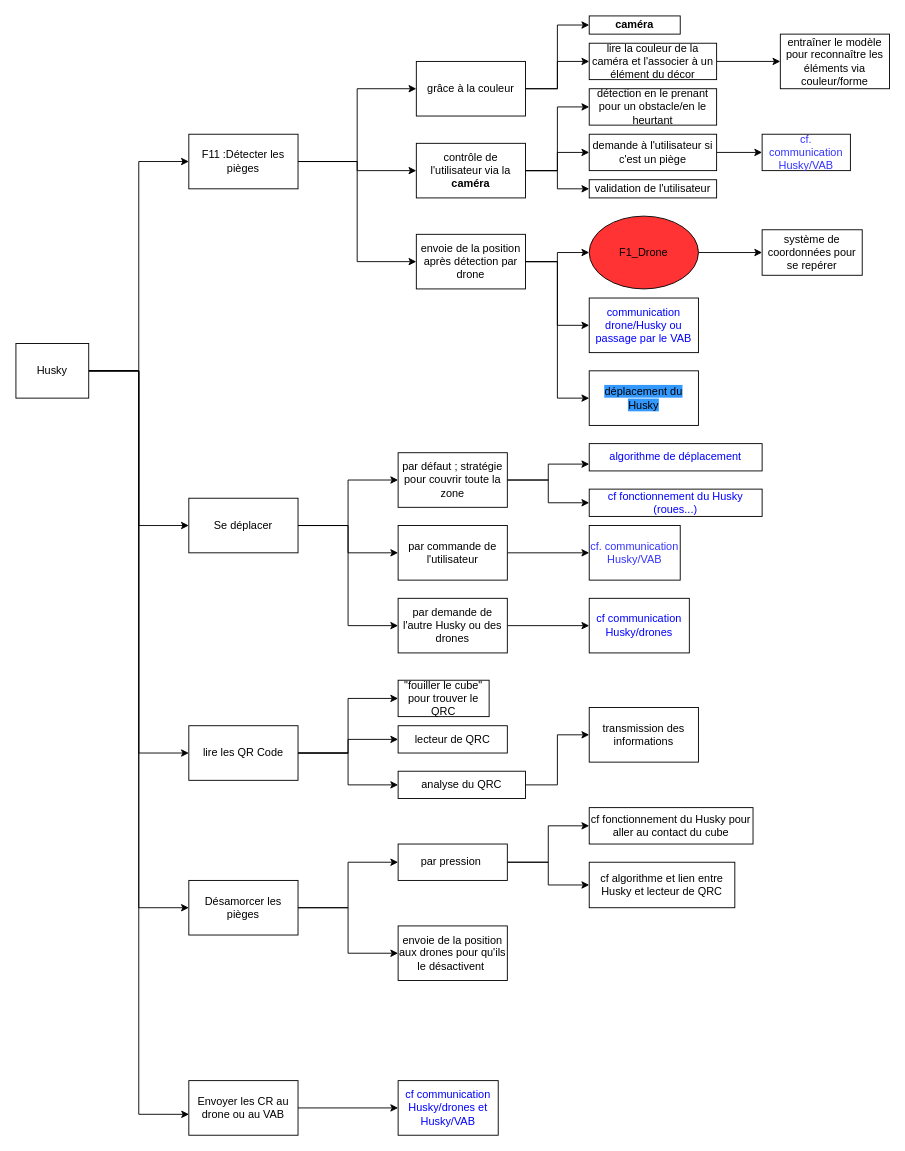
This is page "Page-1" (1 of 2) of Diagrammes/F14.drawio from annieliu52/CoHoMa, a draw.io file, before an edit. Source tidied: cells renumbered, new cells numbered last; positions are measured from the earlier drawing's top-left corner, leaving out a move shared by most shapes. Both pictures are drawn from the tidied source at 91%, with x=0, y=0 at pixel (15, 15).
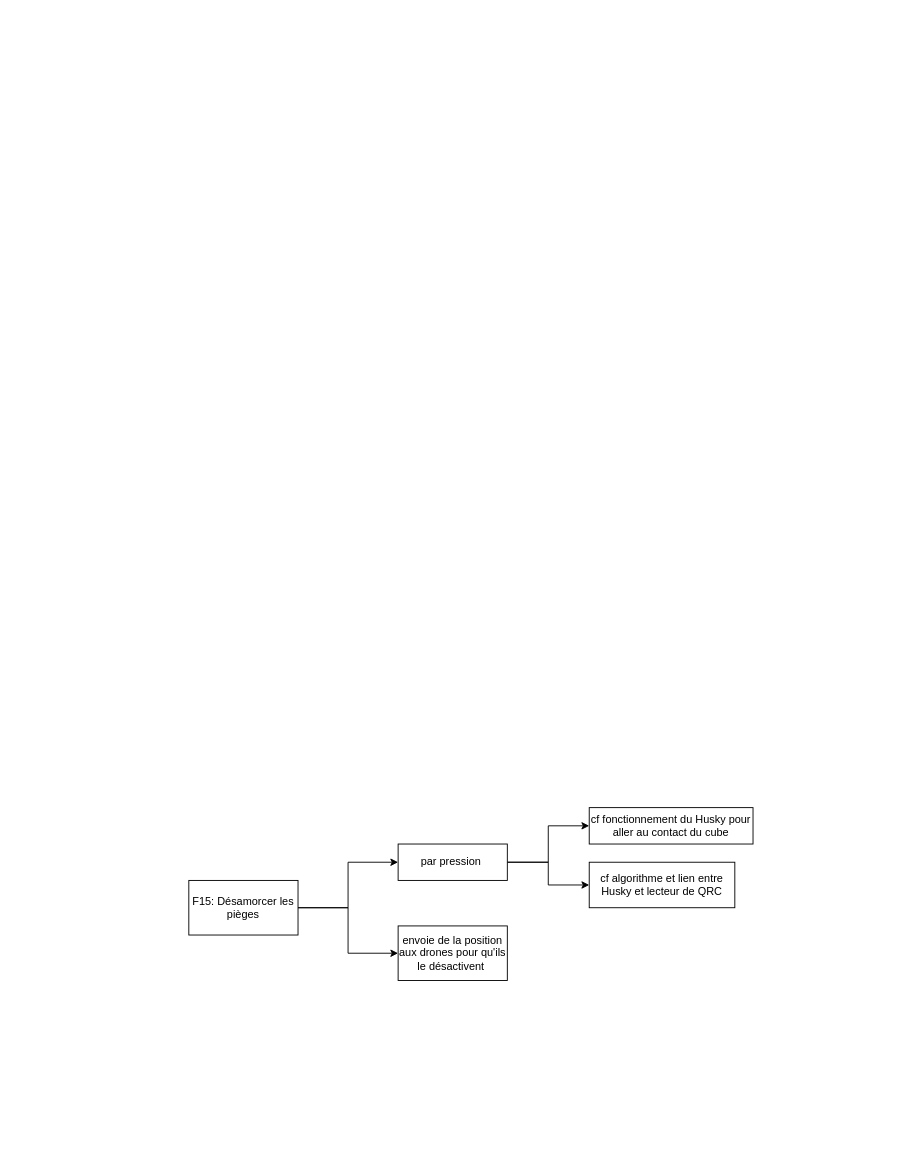
After the change.

The edit, as a diff of the source:
```diff
@@
-    <mxCell id="2" style="edgeStyle=orthogonalEdgeStyle;rounded=0;jettySize=auto;html=1;exitX=1;exitY=0.5;exitDx=0;exitDy=0;entryX=0;entryY=0.5;entryDx=0;entryDy=0;" parent="1" edge="1" source="5" target="23">
-      <mxGeometry relative="1" as="geometry" />
-    </mxCell>
-    <mxCell id="3" style="edgeStyle=orthogonalEdgeStyle;rounded=0;jettySize=auto;html=1;exitX=1;exitY=0.5;exitDx=0;exitDy=0;entryX=0;entryY=0.5;entryDx=0;entryDy=0;" parent="1" edge="1" source="5" target="28">
-      <mxGeometry relative="1" as="geometry" />
-    </mxCell>
-    <mxCell id="4" style="edgeStyle=orthogonalEdgeStyle;rounded=0;jettySize=auto;html=1;exitX=1;exitY=0.5;exitDx=0;exitDy=0;entryX=0;entryY=0.5;entryDx=0;entryDy=0;" parent="1" edge="1" source="5" target="32">
-      <mxGeometry relative="1" as="geometry" />
-    </mxCell>
-    <mxCell id="5" value="F11 :Détecter les pièges" style="rounded=0;whiteSpace=wrap;html=1;" parent="1" vertex="1">
-      <mxGeometry x="190" y="130" width="120" height="60" as="geometry" />
-    </mxCell>
-    <mxCell id="6" style="edgeStyle=orthogonalEdgeStyle;rounded=0;jettySize=auto;html=1;exitX=1;exitY=0.5;exitDx=0;exitDy=0;entryX=0;entryY=0.5;entryDx=0;entryDy=0;fontColor=#000000;" parent="1" edge="1" source="9" target="48">
-      <mxGeometry relative="1" as="geometry" />
-    </mxCell>
-    <mxCell id="7" style="edgeStyle=orthogonalEdgeStyle;rounded=0;jettySize=auto;html=1;exitX=1;exitY=0.5;exitDx=0;exitDy=0;entryX=0;entryY=0.5;entryDx=0;entryDy=0;fontColor=#000000;" parent="1" edge="1" source="9" target="50">
-      <mxGeometry relative="1" as="geometry" />
-    </mxCell>
-    <mxCell id="8" style="edgeStyle=orthogonalEdgeStyle;rounded=0;jettySize=auto;html=1;exitX=1;exitY=0.5;exitDx=0;exitDy=0;entryX=0;entryY=0.5;entryDx=0;entryDy=0;fontColor=#000000;" parent="1" edge="1" source="9" target="52">
-      <mxGeometry relative="1" as="geometry" />
-    </mxCell>
-    <mxCell id="9" value="Se déplacer" style="rounded=0;whiteSpace=wrap;html=1;" parent="1" vertex="1">
-      <mxGeometry x="190" y="530" width="120" height="60" as="geometry" />
-    </mxCell>
@@
-    <mxCell id="12" value="Désamorcer les pièges" style="rounded=0;whiteSpace=wrap;html=1;" parent="1" vertex="1">
+    <mxCell id="12" value="F15: Désamorcer les pièges" style="rounded=0;whiteSpace=wrap;html=1;" parent="1" vertex="1">
       <mxGeometry x="190" y="950" width="120" height="60" as="geometry" />
     </mxCell>
-    <mxCell id="13" style="edgeStyle=orthogonalEdgeStyle;rounded=0;jettySize=auto;html=1;exitX=1;exitY=0.5;exitDx=0;exitDy=0;entryX=0;entryY=0.5;entryDx=0;entryDy=0;fontColor=#000000;" parent="1" edge="1" source="14" target="72">
-      <mxGeometry relative="1" as="geometry" />
-    </mxCell>
-    <mxCell id="14" value="Envoyer les CR au drone ou au VAB" style="rounded=0;whiteSpace=wrap;html=1;" parent="1" vertex="1">
-      <mxGeometry x="190" y="1170" width="120" height="60" as="geometry" />
-    </mxCell>
-    <mxCell id="15" style="edgeStyle=orthogonalEdgeStyle;rounded=0;jettySize=auto;html=1;entryX=0;entryY=0.5;entryDx=0;entryDy=0;" parent="1" edge="1" source="20" target="5">
-      <mxGeometry relative="1" as="geometry" />
-    </mxCell>
-    <mxCell id="16" style="edgeStyle=orthogonalEdgeStyle;rounded=0;jettySize=auto;html=1;exitX=1;exitY=0.5;exitDx=0;exitDy=0;entryX=0;entryY=0.5;entryDx=0;entryDy=0;" parent="1" edge="1" source="20" target="9">
-      <mxGeometry relative="1" as="geometry" />
-    </mxCell>
-    <mxCell id="17" style="edgeStyle=orthogonalEdgeStyle;rounded=0;jettySize=auto;html=1;exitX=1;exitY=0.5;exitDx=0;exitDy=0;entryX=0;entryY=0.5;entryDx=0;entryDy=0;" parent="1" edge="1" source="20" target="12">
-      <mxGeometry relative="1" as="geometry" />
-    </mxCell>
-    <mxCell id="18" style="edgeStyle=orthogonalEdgeStyle;rounded=0;jettySize=auto;html=1;entryX=0.002;entryY=0.617;entryDx=0;entryDy=0;entryPerimeter=0;" parent="1" edge="1" source="20" target="14">
-      <mxGeometry relative="1" as="geometry" />
-    </mxCell>
-    <mxCell id="19" style="edgeStyle=orthogonalEdgeStyle;rounded=0;jettySize=auto;html=1;exitX=1;exitY=0.5;exitDx=0;exitDy=0;entryX=0;entryY=0.5;entryDx=0;entryDy=0;fontColor=#000000;" parent="1" edge="1" source="20" target="60">
-      <mxGeometry relative="1" as="geometry" />
-    </mxCell>
-    <mxCell id="20" value="Husky" style="rounded=0;whiteSpace=wrap;html=1;" parent="1" vertex="1">
-      <mxGeometry y="360" width="80" height="60" as="geometry" />
-    </mxCell>
-    <mxCell id="21" style="edgeStyle=orthogonalEdgeStyle;rounded=0;jettySize=auto;html=1;exitX=1;exitY=0.5;exitDx=0;exitDy=0;entryX=0;entryY=0.5;entryDx=0;entryDy=0;fontColor=#000000;" parent="1" edge="1" source="23" target="39">
-      <mxGeometry relative="1" as="geometry" />
-    </mxCell>
-    <mxCell id="22" style="edgeStyle=orthogonalEdgeStyle;rounded=0;jettySize=auto;html=1;exitX=1;exitY=0.5;exitDx=0;exitDy=0;entryX=0;entryY=0.5;entryDx=0;entryDy=0;fontColor=#000000;" parent="1" edge="1" source="23" target="41">
-      <mxGeometry relative="1" as="geometry" />
-    </mxCell>
-    <mxCell id="23" value="grâce à la couleur" style="rounded=0;whiteSpace=wrap;html=1;" parent="1" vertex="1">
-      <mxGeometry x="440" y="50" width="120" height="60" as="geometry" />
-    </mxCell>
-    <mxCell id="24" value="détection en le prenant pour un obstacle/en le heurtant" style="rounded=0;whiteSpace=wrap;html=1;" parent="1" vertex="1">
-      <mxGeometry x="630" y="80" width="140" height="40" as="geometry" />
-    </mxCell>
-    <mxCell id="25" style="edgeStyle=orthogonalEdgeStyle;rounded=0;jettySize=auto;html=1;exitX=1;exitY=0.5;exitDx=0;exitDy=0;entryX=0;entryY=0.5;entryDx=0;entryDy=0;" parent="1" edge="1" source="28" target="24">
-      <mxGeometry relative="1" as="geometry" />
-    </mxCell>
-    <mxCell id="26" style="edgeStyle=orthogonalEdgeStyle;rounded=0;jettySize=auto;html=1;exitX=1;exitY=0.5;exitDx=0;exitDy=0;entryX=0;entryY=0.5;entryDx=0;entryDy=0;fontColor=#000000;" parent="1" edge="1" source="28" target="36">
-      <mxGeometry relative="1" as="geometry" />
-    </mxCell>
-    <mxCell id="27" style="edgeStyle=orthogonalEdgeStyle;rounded=0;jettySize=auto;html=1;exitX=1;exitY=0.5;exitDx=0;exitDy=0;entryX=0;entryY=0.5;entryDx=0;entryDy=0;fontColor=#000000;" parent="1" edge="1" source="28" target="37">
-      <mxGeometry relative="1" as="geometry" />
-    </mxCell>
-    <mxCell id="28" value="contrôle de l'utilisateur via la &lt;b&gt;caméra&lt;/b&gt;" style="rounded=0;whiteSpace=wrap;html=1;" parent="1" vertex="1">
-      <mxGeometry x="440" y="140" width="120" height="60" as="geometry" />
-    </mxCell>
-    <mxCell id="29" style="edgeStyle=orthogonalEdgeStyle;rounded=0;jettySize=auto;html=1;exitX=1;exitY=0.5;exitDx=0;exitDy=0;entryX=0;entryY=0.5;entryDx=0;entryDy=0;fontColor=#FF3333;" parent="1" edge="1" source="32" target="34">
-      <mxGeometry relative="1" as="geometry" />
-    </mxCell>
-    <mxCell id="30" style="edgeStyle=orthogonalEdgeStyle;rounded=0;jettySize=auto;html=1;exitX=1;exitY=0.5;exitDx=0;exitDy=0;entryX=0;entryY=0.5;entryDx=0;entryDy=0;fontColor=#0000FF;" parent="1" edge="1" source="32" target="43">
-      <mxGeometry relative="1" as="geometry" />
-    </mxCell>
-    <mxCell id="31" style="edgeStyle=orthogonalEdgeStyle;rounded=0;jettySize=auto;html=1;exitX=1;exitY=0.5;exitDx=0;exitDy=0;entryX=0;entryY=0.5;entryDx=0;entryDy=0;fontColor=#000000;" parent="1" edge="1" source="32" target="44">
-      <mxGeometry relative="1" as="geometry" />
-    </mxCell>
-    <mxCell id="32" value="envoie de la position après détection par drone" style="rounded=0;whiteSpace=wrap;html=1;" parent="1" vertex="1">
-      <mxGeometry x="440" y="240" width="120" height="60" as="geometry" />
-    </mxCell>
-    <mxCell id="33" style="edgeStyle=orthogonalEdgeStyle;rounded=0;jettySize=auto;html=1;exitX=1;exitY=0.5;exitDx=0;exitDy=0;entryX=0;entryY=0.5;entryDx=0;entryDy=0;fontColor=#000000;" parent="1" edge="1" source="34" target="45">
-      <mxGeometry relative="1" as="geometry" />
-    </mxCell>
-    <mxCell id="34" value="F1_Drone" style="ellipse;whiteSpace=wrap;html=1;fillColor=#FF3333;" parent="1" vertex="1">
-      <mxGeometry x="630" y="220" width="120" height="80" as="geometry" />
-    </mxCell>
-    <mxCell id="35" style="edgeStyle=orthogonalEdgeStyle;rounded=0;jettySize=auto;html=1;exitX=1;exitY=0.5;exitDx=0;exitDy=0;entryX=0;entryY=0.5;entryDx=0;entryDy=0;fontColor=#3333FF;" parent="1" edge="1" source="36" target="38">
-      <mxGeometry relative="1" as="geometry" />
-    </mxCell>
-    <mxCell id="36" value="&lt;font color=&quot;#000000&quot;&gt;demande à l'utilisateur si c'est un piège&lt;/font&gt;" style="rounded=0;whiteSpace=wrap;html=1;fontColor=#FF3333;fillColor=#FFFFFF;" parent="1" vertex="1">
-      <mxGeometry x="630" y="130" width="140" height="40" as="geometry" />
-    </mxCell>
-    <mxCell id="37" value="validation de l'utilisateur" style="rounded=0;whiteSpace=wrap;html=1;labelBackgroundColor=none;fontColor=#000000;fillColor=#FFFFFF;" parent="1" vertex="1">
-      <mxGeometry x="630" y="180" width="140" height="20" as="geometry" />
-    </mxCell>
-    <mxCell id="38" value="&lt;font color=&quot;#3333ff&quot;&gt;cf. communication Husky/VAB&lt;/font&gt;" style="rounded=0;whiteSpace=wrap;html=1;labelBackgroundColor=none;fontColor=#000000;fillColor=#FFFFFF;" parent="1" vertex="1">
-      <mxGeometry x="820" y="130" width="97" height="40" as="geometry" />
-    </mxCell>
-    <mxCell id="39" value="&lt;font color=&quot;#000000&quot;&gt;&lt;b&gt;caméra&lt;/b&gt;&lt;/font&gt;" style="rounded=0;whiteSpace=wrap;html=1;labelBackgroundColor=none;fontColor=#3333FF;fillColor=#FFFFFF;" parent="1" vertex="1">
-      <mxGeometry x="630" width="100" height="20" as="geometry" />
-    </mxCell>
-    <mxCell id="40" style="edgeStyle=orthogonalEdgeStyle;rounded=0;jettySize=auto;html=1;exitX=1;exitY=0.5;exitDx=0;exitDy=0;entryX=0;entryY=0.5;entryDx=0;entryDy=0;fontColor=#000000;" parent="1" edge="1" source="41" target="42">
-      <mxGeometry relative="1" as="geometry" />
-    </mxCell>
-    <mxCell id="41" value="lire la couleur de la caméra et l'associer à un élément du décor" style="rounded=0;whiteSpace=wrap;html=1;labelBackgroundColor=none;fontColor=#000000;fillColor=#FFFFFF;" parent="1" vertex="1">
-      <mxGeometry x="630" y="30" width="140" height="40" as="geometry" />
-    </mxCell>
-    <mxCell id="42" value="entraîner le modèle pour reconnaître les éléments via couleur/forme" style="rounded=0;whiteSpace=wrap;html=1;labelBackgroundColor=none;fontColor=#000000;fillColor=#FFFFFF;" parent="1" vertex="1">
-      <mxGeometry x="840" y="20" width="120" height="60" as="geometry" />
-    </mxCell>
-    <mxCell id="43" value="&lt;font color=&quot;#0000ff&quot;&gt;communication drone/Husky ou passage par le VAB&lt;/font&gt;" style="rounded=0;whiteSpace=wrap;html=1;labelBackgroundColor=none;fontColor=#000000;fillColor=#FFFFFF;" parent="1" vertex="1">
-      <mxGeometry x="630" y="310" width="120" height="60" as="geometry" />
-    </mxCell>
-    <mxCell id="44" value="&lt;font color=&quot;#000000&quot; style=&quot;background-color: rgb(51 , 153 , 255)&quot;&gt;déplacement du Husky&lt;/font&gt;" style="rounded=0;whiteSpace=wrap;html=1;labelBackgroundColor=none;fontColor=#0000FF;fillColor=#FFFFFF;" parent="1" vertex="1">
-      <mxGeometry x="630" y="390" width="120" height="60" as="geometry" />
-    </mxCell>
-    <mxCell id="45" value="système de coordonnées pour se repérer" style="rounded=0;whiteSpace=wrap;html=1;labelBackgroundColor=none;" parent="1" vertex="1">
-      <mxGeometry x="820" y="235" width="110" height="50" as="geometry" />
-    </mxCell>
-    <mxCell id="46" style="edgeStyle=orthogonalEdgeStyle;rounded=0;jettySize=auto;html=1;exitX=1;exitY=0.5;exitDx=0;exitDy=0;entryX=0;entryY=0.75;entryDx=0;entryDy=0;fontColor=#0000FF;" parent="1" edge="1" source="48" target="55">
-      <mxGeometry relative="1" as="geometry" />
-    </mxCell>
-    <mxCell id="47" style="edgeStyle=orthogonalEdgeStyle;rounded=0;jettySize=auto;html=1;exitX=1;exitY=0.5;exitDx=0;exitDy=0;entryX=0;entryY=0.5;entryDx=0;entryDy=0;fontColor=#0000FF;" parent="1" edge="1" source="48" target="56">
-      <mxGeometry relative="1" as="geometry" />
-    </mxCell>
-    <mxCell id="48" value="par défaut ; stratégie pour couvrir toute la zone" style="rounded=0;whiteSpace=wrap;html=1;labelBackgroundColor=none;fontColor=#000000;strokeColor=#000000;fillColor=default;" parent="1" vertex="1">
-      <mxGeometry x="420" y="480" width="120" height="60" as="geometry" />
-    </mxCell>
-    <mxCell id="49" style="edgeStyle=orthogonalEdgeStyle;rounded=0;jettySize=auto;html=1;exitX=1;exitY=0.5;exitDx=0;exitDy=0;entryX=0;entryY=0.5;entryDx=0;entryDy=0;fontColor=#000000;" parent="1" edge="1" source="50" target="54">
-      <mxGeometry relative="1" as="geometry" />
-    </mxCell>
-    <mxCell id="50" value="par commande de l'utilisateur" style="rounded=0;whiteSpace=wrap;html=1;labelBackgroundColor=none;fontColor=#000000;strokeColor=#000000;fillColor=default;" parent="1" vertex="1">
-      <mxGeometry x="420" y="560" width="120" height="60" as="geometry" />
-    </mxCell>
-    <mxCell id="51" style="edgeStyle=orthogonalEdgeStyle;rounded=0;jettySize=auto;html=1;exitX=1;exitY=0.5;exitDx=0;exitDy=0;entryX=0;entryY=0.5;entryDx=0;entryDy=0;fontColor=#000000;" parent="1" edge="1" source="52" target="53">
-      <mxGeometry relative="1" as="geometry" />
-    </mxCell>
-    <mxCell id="52" value="par demande de l'autre Husky ou des drones" style="rounded=0;whiteSpace=wrap;html=1;labelBackgroundColor=none;fontColor=#000000;strokeColor=#000000;fillColor=default;" parent="1" vertex="1">
-      <mxGeometry x="420" y="640" width="120" height="60" as="geometry" />
-    </mxCell>
-    <mxCell id="53" value="&lt;font color=&quot;#0000ff&quot;&gt;cf communication Husky/drones&lt;/font&gt;" style="rounded=0;whiteSpace=wrap;html=1;labelBackgroundColor=none;fontColor=#000000;strokeColor=#000000;fillColor=default;" parent="1" vertex="1">
-      <mxGeometry x="630" y="640" width="110" height="60" as="geometry" />
-    </mxCell>
-    <mxCell id="54" value="&lt;font color=&quot;#3333ff&quot;&gt;cf. communication Husky/VAB&lt;/font&gt;" style="rounded=0;whiteSpace=wrap;html=1;labelBackgroundColor=none;fontColor=#000000;fillColor=#FFFFFF;" parent="1" vertex="1">
-      <mxGeometry x="630" y="560" width="100" height="60" as="geometry" />
-    </mxCell>
-    <mxCell id="55" value="algorithme de déplacement" style="rounded=0;whiteSpace=wrap;html=1;labelBackgroundColor=none;fontColor=#0000FF;strokeColor=#000000;fillColor=default;" parent="1" vertex="1">
-      <mxGeometry x="630" y="470" width="190" height="30" as="geometry" />
-    </mxCell>
-    <mxCell id="56" value="cf fonctionnement du Husky (roues...)" style="rounded=0;whiteSpace=wrap;html=1;labelBackgroundColor=none;fontColor=#0000FF;strokeColor=#000000;fillColor=default;" parent="1" vertex="1">
-      <mxGeometry x="630" y="520" width="190" height="30" as="geometry" />
-    </mxCell>
-    <mxCell id="57" style="edgeStyle=orthogonalEdgeStyle;rounded=0;jettySize=auto;html=1;exitX=1;exitY=0.5;exitDx=0;exitDy=0;entryX=0;entryY=0.5;entryDx=0;entryDy=0;fontColor=#000000;" parent="1" edge="1" source="60" target="61">
-      <mxGeometry relative="1" as="geometry" />
-    </mxCell>
-    <mxCell id="58" style="edgeStyle=orthogonalEdgeStyle;rounded=0;jettySize=auto;html=1;exitX=1;exitY=0.5;exitDx=0;exitDy=0;entryX=0;entryY=0.5;entryDx=0;entryDy=0;fontColor=#000000;" parent="1" edge="1" source="60" target="62">
-      <mxGeometry relative="1" as="geometry" />
-    </mxCell>
-    <mxCell id="59" style="edgeStyle=orthogonalEdgeStyle;rounded=0;jettySize=auto;html=1;exitX=1;exitY=0.5;exitDx=0;exitDy=0;entryX=0;entryY=0.5;entryDx=0;entryDy=0;fontColor=#000000;" parent="1" edge="1" source="60" target="70">
-      <mxGeometry relative="1" as="geometry" />
-    </mxCell>
-    <mxCell id="60" value="&lt;font color=&quot;#000000&quot;&gt;lire les QR Code&lt;/font&gt;" style="rounded=0;whiteSpace=wrap;html=1;labelBackgroundColor=none;fontColor=#0000FF;strokeColor=#000000;fillColor=default;" parent="1" vertex="1">
-      <mxGeometry x="190" y="780" width="120" height="60" as="geometry" />
-    </mxCell>
-    <mxCell id="61" value="&quot;fouiller le cube&quot; pour trouver le QRC" style="rounded=0;whiteSpace=wrap;html=1;labelBackgroundColor=none;fontColor=#000000;strokeColor=#000000;fillColor=default;" parent="1" vertex="1">
-      <mxGeometry x="420" y="730" width="100" height="40" as="geometry" />
-    </mxCell>
-    <mxCell id="62" value="lecteur de QRC" style="rounded=0;whiteSpace=wrap;html=1;labelBackgroundColor=none;fontColor=#000000;strokeColor=#000000;fillColor=default;" parent="1" vertex="1">
-      <mxGeometry x="420" y="780" width="120" height="30" as="geometry" />
-    </mxCell>
@@
-    <mxCell id="69" style="edgeStyle=orthogonalEdgeStyle;rounded=0;jettySize=auto;html=1;exitX=1;exitY=0.5;exitDx=0;exitDy=0;entryX=0;entryY=0.5;entryDx=0;entryDy=0;fontColor=#000000;" parent="1" edge="1" source="70" target="71">
-      <mxGeometry relative="1" as="geometry" />
-    </mxCell>
-    <mxCell id="70" value="analyse du QRC" style="rounded=0;whiteSpace=wrap;html=1;labelBackgroundColor=none;fontColor=#000000;strokeColor=#000000;fillColor=default;" parent="1" vertex="1">
-      <mxGeometry x="420" y="830" width="140" height="30" as="geometry" />
-    </mxCell>
-    <mxCell id="71" value="transmission des informations" style="rounded=0;whiteSpace=wrap;html=1;labelBackgroundColor=none;fontColor=#000000;strokeColor=#000000;fillColor=default;" parent="1" vertex="1">
-      <mxGeometry x="630" y="760" width="120" height="60" as="geometry" />
-    </mxCell>
-    <mxCell id="72" value="&lt;font color=&quot;#0000ff&quot;&gt;cf communication Husky/drones et Husky/VAB&lt;/font&gt;" style="rounded=0;whiteSpace=wrap;html=1;labelBackgroundColor=none;fontColor=#000000;strokeColor=#000000;fillColor=default;" parent="1" vertex="1">
-      <mxGeometry x="420" y="1170" width="110" height="60" as="geometry" />
-    </mxCell>
```
